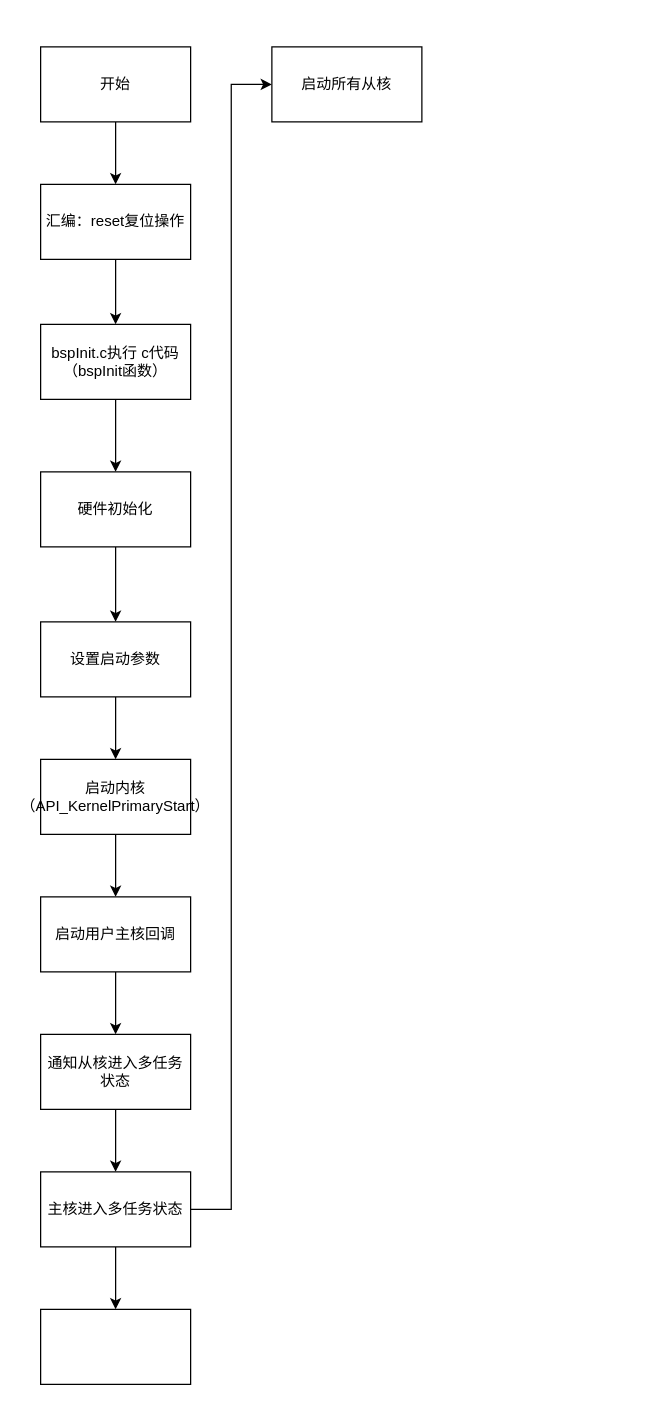
The draw.io diagram sylixos_bsp_软著.drawio in SongXiaoLongg/DrawIO, before the edit. Source tidied: cells renumbered, new cells numbered last; positions are measured from the earlier drawing's top-left corner, leaving out a move shared by most shapes. Both pictures are drawn from the tidied source at 125%, with x=0, y=0 at pixel (40, 46).
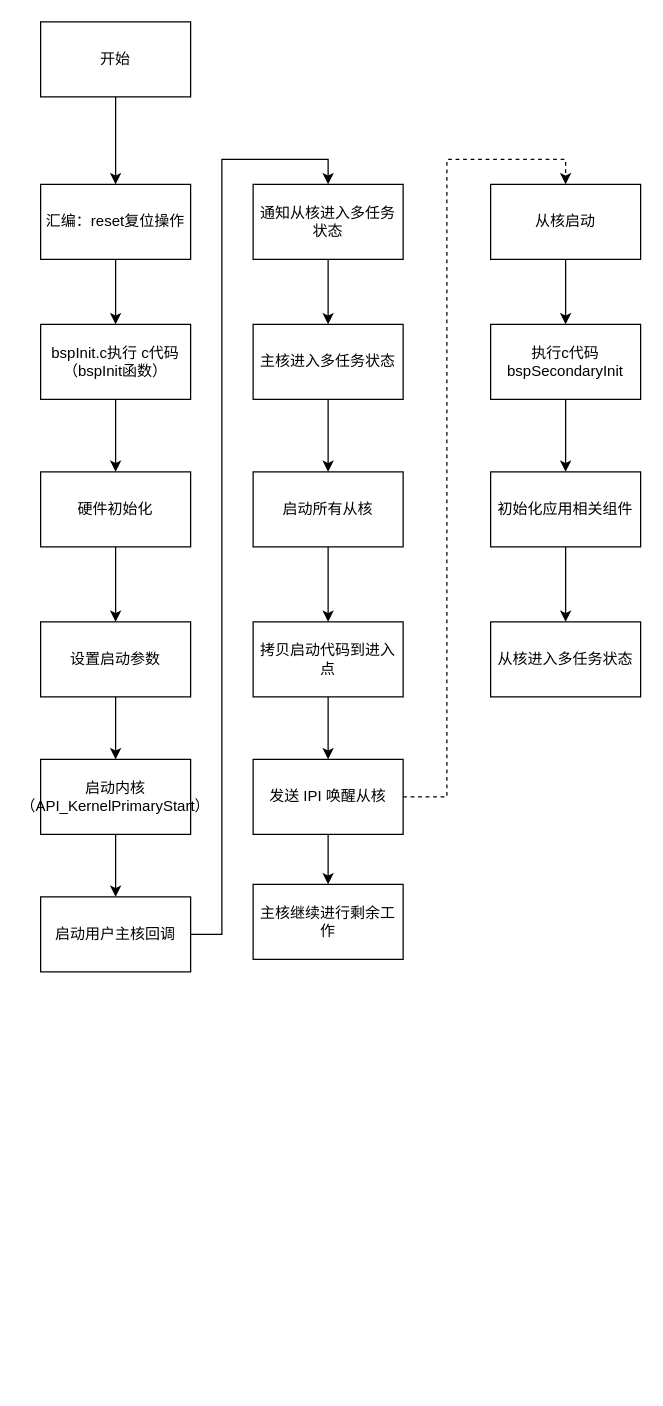
The same diagram, later.

The change refers to these unchanged cells:
```xml
<mxCell id="15" value="启动用户主核回调" style="whiteSpace=wrap;html=1;rounded=0;" parent="1" vertex="1">
  <mxGeometry y="680" width="120" height="60" as="geometry" />
</mxCell>
```

What changed in the source:
```diff
@@
     <mxCell id="3" value="开始" style="rounded=0;whiteSpace=wrap;html=1;" parent="1" vertex="1">
-      <mxGeometry width="120" height="60" as="geometry" />
+      <mxGeometry y="-20" width="120" height="60" as="geometry" />
     </mxCell>
@@
-    <mxCell id="14" style="edgeStyle=orthogonalEdgeStyle;rounded=0;jettySize=auto;html=1;" parent="1" edge="1" source="15" target="17">
+    <mxCell id="14" style="edgeStyle=orthogonalEdgeStyle;rounded=0;jettySize=auto;html=1;entryX=0.5;entryY=0;entryDx=0;entryDy=0;" parent="1" edge="1" source="15" target="17">
       <mxGeometry relative="1" as="geometry" />
     </mxCell>
@@
     <mxCell id="17" value="通知从核进入多任务状态" style="whiteSpace=wrap;html=1;rounded=0;" parent="1" vertex="1">
-      <mxGeometry y="790" width="120" height="60" as="geometry" />
+      <mxGeometry x="170" y="110" width="120" height="60" as="geometry" />
     </mxCell>
-    <mxCell id="18" style="edgeStyle=orthogonalEdgeStyle;rounded=0;jettySize=auto;html=1;entryX=0;entryY=0.5;entryDx=0;entryDy=0;" parent="1" edge="1" source="20" target="21">
+    <mxCell id="18" style="edgeStyle=orthogonalEdgeStyle;rounded=0;jettySize=auto;html=1;entryX=0.5;entryY=0;entryDx=0;entryDy=0;" parent="1" edge="1" source="20" target="21">
       <mxGeometry relative="1" as="geometry" />
     </mxCell>
-    <mxCell id="19" style="edgeStyle=orthogonalEdgeStyle;rounded=0;jettySize=auto;html=1;" parent="1" edge="1" source="20" target="22">
-      <mxGeometry relative="1" as="geometry" />
-    </mxCell>
     <mxCell id="20" value="主核进入多任务状态" style="whiteSpace=wrap;html=1;rounded=0;" parent="1" vertex="1">
-      <mxGeometry y="900" width="120" height="60" as="geometry" />
+      <mxGeometry x="170" y="222" width="120" height="60" as="geometry" />
     </mxCell>
+    <mxCell id="23" style="edgeStyle=orthogonalEdgeStyle;rounded=0;jettySize=auto;html=1;" parent="1" edge="1" source="21" target="25">
+      <mxGeometry relative="1" as="geometry" />
+    </mxCell>
     <mxCell id="21" value="启动所有从核" style="whiteSpace=wrap;html=1;rounded=0;" parent="1" vertex="1">
-      <mxGeometry x="185" width="120" height="60" as="geometry" />
+      <mxGeometry x="170" y="340" width="120" height="60" as="geometry" />
     </mxCell>
-    <mxCell id="22" style="whiteSpace=wrap;html=1;rounded=0;" parent="1" vertex="1">
-      <mxGeometry y="1010" width="120" height="60" as="geometry" />
-    </mxCell>
+    <mxCell id="24" style="edgeStyle=orthogonalEdgeStyle;rounded=0;jettySize=auto;html=1;" parent="1" edge="1" source="25" target="28">
+      <mxGeometry relative="1" as="geometry" />
+    </mxCell>
+    <mxCell id="25" value="拷贝启动代码到进入点" style="whiteSpace=wrap;html=1;rounded=0;" parent="1" vertex="1">
+      <mxGeometry x="170" y="460" width="120" height="60" as="geometry" />
+    </mxCell>
+    <mxCell id="26" style="edgeStyle=orthogonalEdgeStyle;rounded=0;jettySize=auto;html=1;" parent="1" edge="1" source="28" target="29">
+      <mxGeometry relative="1" as="geometry" />
+    </mxCell>
+    <mxCell id="27" style="edgeStyle=orthogonalEdgeStyle;rounded=0;jettySize=auto;html=1;entryX=0.5;entryY=0;entryDx=0;entryDy=0;dashed=1;" parent="1" edge="1" source="28" target="31">
+      <mxGeometry relative="1" as="geometry" />
+    </mxCell>
+    <mxCell id="28" value="发送 IPI 唤醒从核" style="whiteSpace=wrap;html=1;rounded=0;" parent="1" vertex="1">
+      <mxGeometry x="170" y="570" width="120" height="60" as="geometry" />
+    </mxCell>
+    <mxCell id="29" value="主核继续进行剩余工作" style="whiteSpace=wrap;html=1;rounded=0;" parent="1" vertex="1">
+      <mxGeometry x="170" y="670" width="120" height="60" as="geometry" />
+    </mxCell>
+    <mxCell id="30" style="edgeStyle=orthogonalEdgeStyle;rounded=0;jettySize=auto;html=1;" parent="1" edge="1" source="31" target="33">
+      <mxGeometry relative="1" as="geometry" />
+    </mxCell>
+    <mxCell id="31" value="从核启动" style="whiteSpace=wrap;html=1;rounded=0;" parent="1" vertex="1">
+      <mxGeometry x="360" y="110" width="120" height="60" as="geometry" />
+    </mxCell>
+    <mxCell id="32" style="edgeStyle=orthogonalEdgeStyle;rounded=0;jettySize=auto;html=1;" parent="1" edge="1" source="33" target="35">
+      <mxGeometry relative="1" as="geometry" />
+    </mxCell>
+    <mxCell id="33" value="执行c代码&lt;br&gt;bspSecondaryInit" style="whiteSpace=wrap;html=1;rounded=0;" parent="1" vertex="1">
+      <mxGeometry x="360" y="222" width="120" height="60" as="geometry" />
+    </mxCell>
+    <mxCell id="34" style="edgeStyle=orthogonalEdgeStyle;rounded=0;jettySize=auto;html=1;" parent="1" edge="1" source="35" target="36">
+      <mxGeometry relative="1" as="geometry" />
+    </mxCell>
+    <mxCell id="35" value="初始化应用相关组件" style="whiteSpace=wrap;html=1;rounded=0;" parent="1" vertex="1">
+      <mxGeometry x="360" y="340" width="120" height="60" as="geometry" />
+    </mxCell>
+    <mxCell id="36" value="从核进入多任务状态" style="whiteSpace=wrap;html=1;rounded=0;" parent="1" vertex="1">
+      <mxGeometry x="360" y="460" width="120" height="60" as="geometry" />
+    </mxCell>
```
